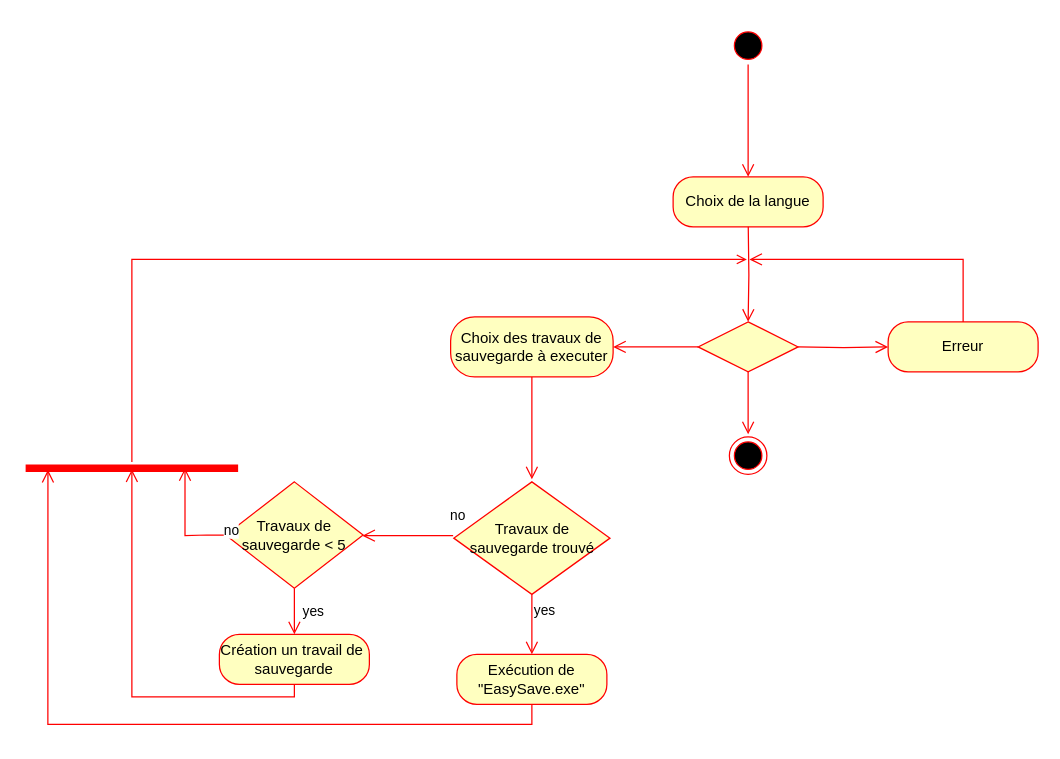
Fire-90/CESI_Genie_Logiciel keeps this draw.io diagram as Diagrams/Activity.drawio. Above is the earlier version. Source tidied: cells renumbered, new cells numbered last; positions are measured from the earlier drawing's top-left corner, leaving out a move shared by most shapes. Both pictures are drawn from the tidied source at 125%, with x=0, y=0 at pixel (25, 26).
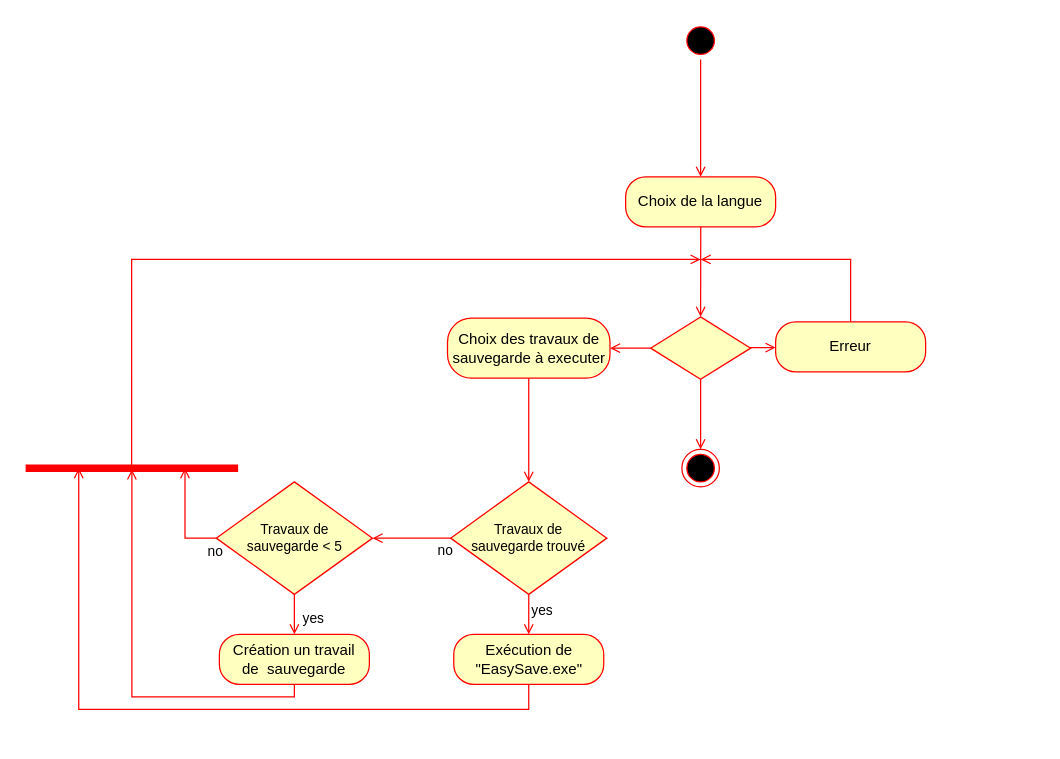
After the change.

The change refers to these unchanged cells:
```xml
<mxCell id="18" style="shape=line;html=1;strokeWidth=6;strokeColor=#ff0000;" parent="1" vertex="1">
  <mxGeometry y="348" width="170" height="10" as="geometry" />
</mxCell>
```

Diff of the diagram source:
```diff
@@
     <mxCell id="2" style="ellipse;html=1;shape=startState;fillColor=#000000;strokeColor=#ff0000;" parent="1" vertex="1">
-      <mxGeometry x="563" width="30" height="30" as="geometry" />
+      <mxGeometry x="525" y="-4" width="30" height="30" as="geometry" />
     </mxCell>
-    <mxCell id="3" style="edgeStyle=orthogonalEdgeStyle;html=1;verticalAlign=bottom;endArrow=open;endSize=8;strokeColor=#ff0000;rounded=0;" parent="1" edge="1" source="2">
+    <mxCell id="3" style="html=1;verticalAlign=bottom;endArrow=open;endSize=6;strokeColor=#ff0000;rounded=0;startSize=6;" parent="1" edge="1" source="2">
       <mxGeometry relative="1" as="geometry">
-        <mxPoint x="578" y="120" as="targetPoint" />
+        <mxPoint x="540" y="120" as="targetPoint" />
       </mxGeometry>
     </mxCell>
     <mxCell id="4" value="Choix de la langue" style="rounded=1;whiteSpace=wrap;html=1;arcSize=40;fontColor=#000000;fillColor=#ffffc0;strokeColor=#ff0000;" parent="1" vertex="1">
-      <mxGeometry x="518" y="120" width="120" height="40" as="geometry" />
+      <mxGeometry x="480" y="120" width="120" height="40" as="geometry" />
     </mxCell>
     <mxCell id="5" value="Choix des travaux de sauvegarde à executer" style="rounded=1;whiteSpace=wrap;html=1;arcSize=40;fontColor=#000000;fillColor=#ffffc0;strokeColor=#ff0000;" parent="1" vertex="1">
-      <mxGeometry x="340" y="232" width="130" height="48" as="geometry" />
+      <mxGeometry x="337.5" y="233" width="130" height="48" as="geometry" />
     </mxCell>
-    <mxCell id="6" value="Création un travail de&amp;nbsp; sauvegarde" style="rounded=1;whiteSpace=wrap;html=1;arcSize=40;fontColor=#000000;fillColor=#ffffc0;strokeColor=#ff0000;" parent="1" vertex="1">
+    <mxCell id="6" value="Création un travail&lt;div&gt;de&amp;nbsp; sauvegarde&lt;/div&gt;" style="rounded=1;whiteSpace=wrap;html=1;arcSize=40;fontColor=#000000;fillColor=#ffffc0;strokeColor=#ff0000;" parent="1" vertex="1">
       <mxGeometry x="155" y="486" width="120" height="40" as="geometry" />
     </mxCell>
-    <mxCell id="7" value="Travaux de sauvegarde &amp;lt; 5" style="rhombus;whiteSpace=wrap;html=1;fontColor=#000000;fillColor=#ffffc0;strokeColor=#ff0000;" parent="1" vertex="1">
-      <mxGeometry x="160" y="364" width="110" height="85" as="geometry" />
+    <mxCell id="7" value="Travaux de&lt;div&gt;sauvegarde &amp;lt; 5&lt;/div&gt;" style="rhombus;whiteSpace=wrap;html=1;fontColor=#000000;fillColor=#ffffc0;strokeColor=#ff0000;fontSize=11;" parent="1" vertex="1">
+      <mxGeometry x="152.5" y="364" width="125" height="90" as="geometry" />
     </mxCell>
-    <mxCell id="8" value="no" style="edgeStyle=orthogonalEdgeStyle;html=1;align=left;verticalAlign=bottom;endArrow=open;endSize=8;strokeColor=#ff0000;rounded=0;exitX=0;exitY=0.5;exitDx=0;exitDy=0;entryX=0.75;entryY=0.5;entryDx=0;entryDy=0;entryPerimeter=0;" parent="1" edge="1" source="7" target="18">
-      <mxGeometry x="-0.93" y="5" relative="1" as="geometry">
-        <Array as="points">
-          <mxPoint x="145" y="407" />
-          <mxPoint x="130" y="407" />
-        </Array>
-      </mxGeometry>
+    <mxCell id="8" value="no" style="html=1;align=left;verticalAlign=bottom;endArrow=open;endSize=6;strokeColor=#ff0000;rounded=0;exitX=0;exitY=0.5;exitDx=0;exitDy=0;entryX=0.75;entryY=0.5;entryDx=0;entryDy=0;entryPerimeter=0;edgeStyle=orthogonalEdgeStyle;startSize=6;" parent="1" edge="1" source="7" target="18">
+      <mxGeometry x="-0.77" y="20" relative="1" as="geometry" />
     </mxCell>
-    <mxCell id="9" value="yes" style="edgeStyle=orthogonalEdgeStyle;html=1;align=left;verticalAlign=top;endArrow=open;endSize=8;strokeColor=#ff0000;rounded=0;exitX=0.5;exitY=1;exitDx=0;exitDy=0;entryX=0.5;entryY=0;entryDx=0;entryDy=0;" parent="1" edge="1" source="7" target="6">
+    <mxCell id="9" value="yes" style="html=1;align=left;verticalAlign=top;endArrow=open;endSize=6;strokeColor=#ff0000;rounded=0;exitX=0.5;exitY=1;exitDx=0;exitDy=0;entryX=0.5;entryY=0;entryDx=0;entryDy=0;startSize=6;" parent="1" edge="1" source="7" target="6">
       <mxGeometry x="-0.65" y="5" relative="1" as="geometry" />
     </mxCell>
     <mxCell id="10" value="Exécution de &quot;EasySave.exe&quot;" style="rounded=1;whiteSpace=wrap;html=1;arcSize=40;fontColor=#000000;fillColor=#ffffc0;strokeColor=#ff0000;" parent="1" vertex="1">
-      <mxGeometry x="345" y="502" width="120" height="40" as="geometry" />
+      <mxGeometry x="342.5" y="486" width="120" height="40" as="geometry" />
     </mxCell>
-    <mxCell id="11" value="Travaux de sauvegarde trouvé" style="rhombus;whiteSpace=wrap;html=1;fontColor=#000000;fillColor=#ffffc0;strokeColor=#ff0000;" parent="1" vertex="1">
-      <mxGeometry x="342.5" y="364" width="125" height="90" as="geometry" />
+    <mxCell id="11" value="Travaux de&lt;div style=&quot;font-size: 11px;&quot;&gt;sauvegarde trouvé&lt;/div&gt;" style="rhombus;whiteSpace=wrap;html=1;fontColor=#000000;fillColor=#ffffc0;strokeColor=#ff0000;fontSize=11;" parent="1" vertex="1">
+      <mxGeometry x="340" y="364" width="125" height="90" as="geometry" />
     </mxCell>
-    <mxCell id="12" value="no" style="edgeStyle=orthogonalEdgeStyle;html=1;align=left;verticalAlign=bottom;endArrow=open;endSize=8;strokeColor=#ff0000;rounded=0;" parent="1" edge="1" target="7">
-      <mxGeometry x="-0.83" y="-7" relative="1" as="geometry">
-        <mxPoint x="340" y="407" as="sourcePoint" />
-        <Array as="points">
-          <mxPoint x="342" y="407" />
-        </Array>
-      </mxGeometry>
+    <mxCell id="12" value="no" style="html=1;align=left;verticalAlign=bottom;endArrow=open;endSize=6;strokeColor=#ff0000;rounded=0;startSize=6;" parent="1" edge="1" source="11" target="7">
+      <mxGeometry x="-0.62" y="19" relative="1" as="geometry" />
     </mxCell>
-    <mxCell id="13" value="yes" style="edgeStyle=orthogonalEdgeStyle;html=1;align=left;verticalAlign=top;endArrow=open;endSize=8;strokeColor=#ff0000;rounded=0;" parent="1" edge="1" source="11">
-      <mxGeometry x="-1" relative="1" as="geometry">
-        <mxPoint x="405" y="502" as="targetPoint" />
-      </mxGeometry>
+    <mxCell id="13" value="yes" style="html=1;align=left;verticalAlign=top;endArrow=open;endSize=6;strokeColor=#ff0000;rounded=0;startSize=6;" parent="1" edge="1" source="11" target="10">
+      <mxGeometry x="-1" relative="1" as="geometry" />
     </mxCell>
-    <mxCell id="14" style="edgeStyle=orthogonalEdgeStyle;html=1;verticalAlign=bottom;endArrow=open;endSize=8;strokeColor=#ff0000;rounded=0;exitX=0.5;exitY=1;exitDx=0;exitDy=0;" parent="1" edge="1" source="5">
-      <mxGeometry relative="1" as="geometry">
-        <mxPoint x="405" y="362" as="targetPoint" />
-      </mxGeometry>
+    <mxCell id="14" style="html=1;verticalAlign=bottom;endArrow=open;endSize=6;strokeColor=#ff0000;rounded=0;exitX=0.5;exitY=1;exitDx=0;exitDy=0;startSize=6;" parent="1" edge="1" source="5" target="11">
+      <mxGeometry relative="1" as="geometry" />
     </mxCell>
     <mxCell id="15" style="ellipse;html=1;shape=endState;fillColor=#000000;strokeColor=#ff0000;" parent="1" vertex="1">
-      <mxGeometry x="563" y="328" width="30" height="30" as="geometry" />
+      <mxGeometry x="525" y="338" width="30" height="30" as="geometry" />
     </mxCell>
-    <mxCell id="16" style="edgeStyle=orthogonalEdgeStyle;html=1;verticalAlign=bottom;endArrow=open;endSize=8;strokeColor=#ff0000;rounded=0;exitX=0.878;exitY=0.561;exitDx=0;exitDy=0;exitPerimeter=0;entryX=0.5;entryY=0;entryDx=0;entryDy=0;endFill=0;" parent="1" edge="1" target="21">
+    <mxCell id="16" style="html=1;verticalAlign=bottom;endArrow=open;endSize=6;strokeColor=#ff0000;rounded=0;exitX=0.878;exitY=0.561;exitDx=0;exitDy=0;exitPerimeter=0;entryX=0.5;entryY=0;entryDx=0;entryDy=0;endFill=0;startSize=6;" parent="1" edge="1" target="21">
       <mxGeometry relative="1" as="geometry">
-        <mxPoint x="578.1" y="160" as="sourcePoint" />
+        <mxPoint x="540.1" y="160" as="sourcePoint" />
       </mxGeometry>
     </mxCell>
-    <mxCell id="17" style="edgeStyle=orthogonalEdgeStyle;html=1;verticalAlign=bottom;endArrow=open;endSize=8;strokeColor=#ff0000;rounded=0;exitX=0.5;exitY=1;exitDx=0;exitDy=0;entryX=0.105;entryY=0.639;entryDx=0;entryDy=0;entryPerimeter=0;" parent="1" edge="1" source="10" target="18">
+    <mxCell id="17" style="html=1;verticalAlign=bottom;endArrow=open;endSize=6;strokeColor=#ff0000;rounded=0;exitX=0.5;exitY=1;exitDx=0;exitDy=0;entryX=0.25;entryY=0.5;entryDx=0;entryDy=0;entryPerimeter=0;edgeStyle=orthogonalEdgeStyle;startSize=6;" parent="1" edge="1" source="10" target="18">
       <mxGeometry relative="1" as="geometry">
         <Array as="points">
-          <mxPoint x="405" y="558" />
-          <mxPoint x="18" y="558" />
+          <mxPoint x="403" y="546" />
+          <mxPoint x="43" y="546" />
         </Array>
       </mxGeometry>
     </mxCell>
@@
-    <mxCell id="19" style="edgeStyle=orthogonalEdgeStyle;html=1;verticalAlign=bottom;endArrow=open;strokeColor=#ff0000;rounded=0;shape=wire;dashed=1;endFill=0;" parent="1" edge="1" source="18">
+    <mxCell id="19" style="html=1;verticalAlign=bottom;endArrow=open;strokeColor=#ff0000;rounded=0;shape=wire;dashed=1;endFill=0;exitX=0.499;exitY=0.507;exitDx=0;exitDy=0;exitPerimeter=0;edgeStyle=orthogonalEdgeStyle;endSize=6;startSize=6;" parent="1" edge="1" source="18">
       <mxGeometry relative="1" as="geometry">
-        <mxPoint x="577" y="186" as="targetPoint" />
+        <mxPoint x="540" y="186" as="targetPoint" />
         <Array as="points">
-          <mxPoint x="250" y="186" />
-          <mxPoint x="578" y="186" />
+          <mxPoint x="85" y="186" />
         </Array>
       </mxGeometry>
     </mxCell>
-    <mxCell id="20" style="edgeStyle=orthogonalEdgeStyle;html=1;verticalAlign=bottom;endArrow=open;endSize=8;strokeColor=#ff0000;rounded=0;exitX=0.5;exitY=1;exitDx=0;exitDy=0;entryX=0.5;entryY=0.601;entryDx=0;entryDy=0;entryPerimeter=0;" parent="1" edge="1" source="6" target="18">
-      <mxGeometry relative="1" as="geometry">
-        <Array as="points">
-          <mxPoint x="215" y="536" />
-          <mxPoint x="85" y="536" />
-        </Array>
-      </mxGeometry>
+    <mxCell id="20" style="html=1;verticalAlign=bottom;endArrow=open;endSize=6;strokeColor=#ff0000;rounded=0;exitX=0.5;exitY=1;exitDx=0;exitDy=0;entryX=0.5;entryY=0.601;entryDx=0;entryDy=0;entryPerimeter=0;edgeStyle=orthogonalEdgeStyle;startSize=6;" parent="1" edge="1" source="6" target="18">
+      <mxGeometry relative="1" as="geometry" />
     </mxCell>
     <mxCell id="21" style="rhombus;whiteSpace=wrap;html=1;fontColor=#000000;fillColor=#ffffc0;strokeColor=#ff0000;" parent="1" vertex="1">
-      <mxGeometry x="538" y="236" width="80" height="40" as="geometry" />
+      <mxGeometry x="500" y="232" width="80" height="50" as="geometry" />
     </mxCell>
-    <mxCell id="22" style="edgeStyle=orthogonalEdgeStyle;html=1;align=left;verticalAlign=bottom;endArrow=open;endSize=8;strokeColor=#ff0000;rounded=0;" parent="1" edge="1" source="21">
-      <mxGeometry x="-1" relative="1" as="geometry">
-        <mxPoint x="578" y="326" as="targetPoint" />
-      </mxGeometry>
+    <mxCell id="22" style="html=1;align=left;verticalAlign=bottom;endArrow=open;endSize=6;strokeColor=#ff0000;rounded=0;startSize=6;" parent="1" edge="1" source="21" target="15">
+      <mxGeometry x="-1" relative="1" as="geometry" />
     </mxCell>
-    <mxCell id="23" style="edgeStyle=orthogonalEdgeStyle;html=1;align=left;verticalAlign=top;endArrow=open;endSize=8;strokeColor=#ff0000;rounded=0;entryX=1;entryY=0.5;entryDx=0;entryDy=0;" parent="1" edge="1" source="21" target="5">
+    <mxCell id="23" style="html=1;align=left;verticalAlign=top;endArrow=open;endSize=6;strokeColor=#ff0000;rounded=0;entryX=1;entryY=0.5;entryDx=0;entryDy=0;startSize=6;" parent="1" edge="1" source="21" target="5">
       <mxGeometry x="-0.33" y="22" relative="1" as="geometry" />
     </mxCell>
-    <mxCell id="24" style="edgeStyle=orthogonalEdgeStyle;html=1;verticalAlign=bottom;endArrow=open;endSize=8;strokeColor=#ff0000;rounded=0;exitX=0.5;exitY=1;exitDx=0;exitDy=0;" parent="1" edge="1" target="25">
-      <mxGeometry relative="1" as="geometry">
-        <mxPoint x="618" y="256" as="sourcePoint" />
-      </mxGeometry>
+    <mxCell id="24" style="html=1;verticalAlign=bottom;endArrow=open;endSize=6;strokeColor=#ff0000;rounded=0;startSize=6;" parent="1" edge="1" source="21" target="25">
+      <mxGeometry relative="1" as="geometry" />
     </mxCell>
     <mxCell id="25" value="Erreur" style="rounded=1;whiteSpace=wrap;html=1;arcSize=40;fontColor=#000000;fillColor=#ffffc0;strokeColor=#ff0000;" parent="1" vertex="1">
-      <mxGeometry x="690" y="236" width="120" height="40" as="geometry" />
+      <mxGeometry x="600" y="236" width="120" height="40" as="geometry" />
     </mxCell>
-    <mxCell id="26" style="edgeStyle=orthogonalEdgeStyle;html=1;verticalAlign=bottom;endArrow=open;endSize=8;strokeColor=#ff0000;rounded=0;exitX=0.5;exitY=0;exitDx=0;exitDy=0;endFill=0;" parent="1" edge="1" source="25">
+    <mxCell id="26" style="html=1;verticalAlign=bottom;endArrow=open;endSize=6;strokeColor=#ff0000;rounded=0;endFill=0;edgeStyle=orthogonalEdgeStyle;startSize=6;" parent="1" edge="1" source="25">
       <mxGeometry relative="1" as="geometry">
-        <mxPoint x="579" y="186" as="targetPoint" />
+        <mxPoint x="540" y="186" as="targetPoint" />
         <Array as="points">
-          <mxPoint x="750" y="186" />
+          <mxPoint x="660" y="186" />
         </Array>
       </mxGeometry>
     </mxCell>
```
